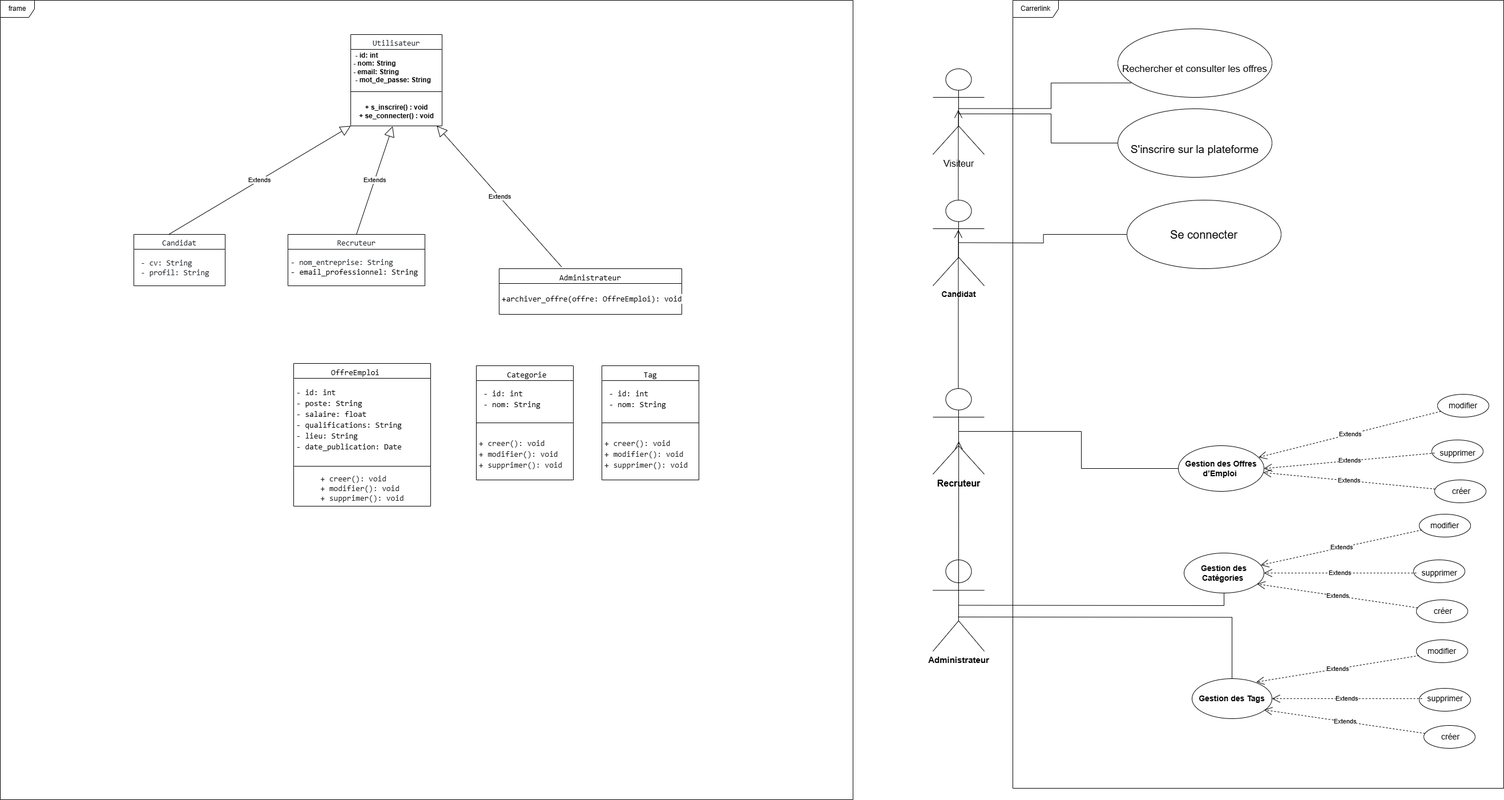
This is CareerLink.drawio.png from mohamedm999/CareerLink, a draw.io export, as it was before one commit. Source tidied: cells renumbered, new cells last; positions are measured from the earlier drawing's top-left corner, leaving out a move shared by most shapes.
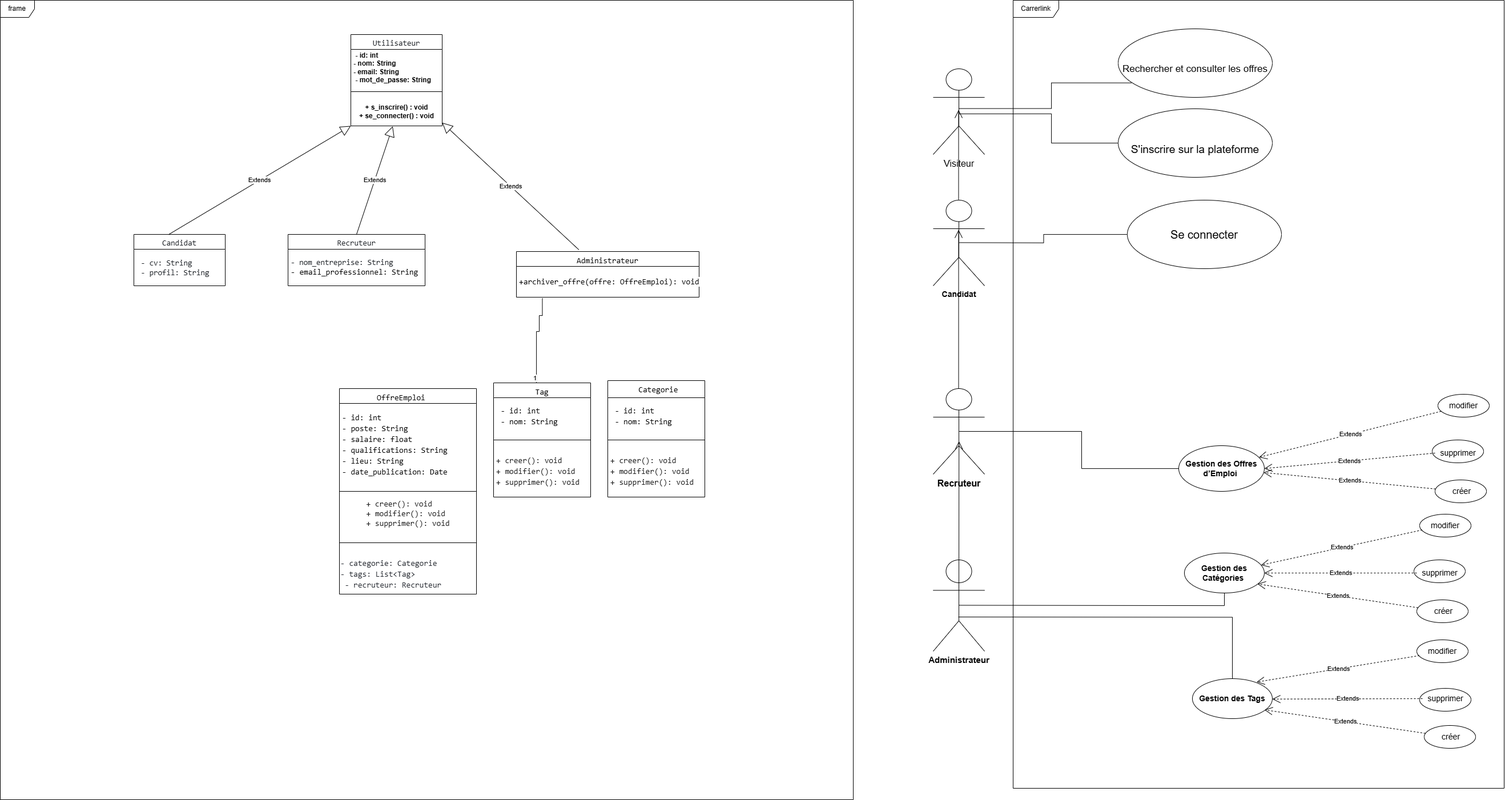
Later version of the same file.

Diff of the diagram source:
```diff
@@ -166,7 +166,7 @@
       <mxGeometry y="26" width="240" height="64" as="geometry" />
     </mxCell>
     <mxCell id="52" value="&lt;div style=&quot;text-align: start;&quot;&gt;&lt;div style=&quot;font-family: Consolas, &amp;quot;Courier New&amp;quot;, monospace; font-weight: normal; font-size: 14px; line-height: 19px; white-space: pre;&quot;&gt;&lt;font style=&quot;color: rgb(0, 0, 0); background-color: rgb(255, 255, 255);&quot;&gt;Administrateur&lt;/font&gt;&lt;/div&gt;&lt;/div&gt;" style="swimlane;fontStyle=1;align=center;verticalAlign=top;horizontal=1;startSize=26;whiteSpace=wrap;html=1;" parent="1" vertex="1">
-      <mxGeometry x="874" y="470" width="320" height="80" as="geometry" />
+      <mxGeometry x="904" y="440" width="320" height="80" as="geometry" />
     </mxCell>
     <mxCell id="53" value="&lt;div style=&quot;font-family: Consolas, &amp;quot;Courier New&amp;quot;, monospace; font-weight: normal; font-size: 14px; line-height: 19px; white-space-collapse: preserve;&quot;&gt;&lt;span style=&quot;background-color: rgb(255, 255, 255);&quot;&gt;&lt;font style=&quot;color: rgb(0, 0, 0);&quot;&gt;+archiver_offre(offre: OffreEmploi): void&lt;/font&gt;&lt;/span&gt;&lt;/div&gt;" style="text;align=left;fontStyle=1;verticalAlign=middle;spacingLeft=3;spacingRight=3;strokeColor=none;points=[[0,0.5],[1,0.5]];portConstraint=eastwest;html=1;" parent="52" vertex="1">
       <mxGeometry y="26" width="320" height="54" as="geometry" />
@@ -180,20 +180,20 @@
     <mxCell id="56" value="Extends" style="endArrow=block;endSize=16;endFill=0;html=1;rounded=0;exitX=0.342;exitY=-0.038;exitDx=0;exitDy=0;exitPerimeter=0;" parent="1" edge="1" source="52" target="44">
       <mxGeometry relative="1" as="geometry" />
     </mxCell>
-    <mxCell id="57" value="&lt;div style=&quot;text-align: start;&quot;&gt;&lt;div style=&quot;font-family: Consolas, &amp;quot;Courier New&amp;quot;, monospace; font-weight: normal; font-size: 14px; line-height: 19px; white-space: pre;&quot;&gt;&lt;div style=&quot;line-height: 19px;&quot;&gt;&lt;font style=&quot;color: rgb(0, 0, 0);&quot;&gt;&amp;nbsp;Categorie&lt;/font&gt;&lt;/div&gt;&lt;/div&gt;&lt;/div&gt;" style="swimlane;fontStyle=1;align=center;verticalAlign=top;horizontal=1;startSize=26;whiteSpace=wrap;html=1;" parent="1" vertex="1">
-      <mxGeometry x="834" y="640" width="170" height="200" as="geometry" />
+    <mxCell id="57" value="&lt;div style=&quot;text-align: start;&quot;&gt;&lt;div style=&quot;font-family: Consolas, &amp;quot;Courier New&amp;quot;, monospace; font-weight: normal; font-size: 14px; line-height: 19px; white-space: pre;&quot;&gt;&lt;div style=&quot;line-height: 19px;&quot;&gt;&lt;font style=&quot;color: rgb(0, 0, 0);&quot;&gt;&amp;nbsp;Categorie&lt;/font&gt;&lt;/div&gt;&lt;/div&gt;&lt;/div&gt;" style="swimlane;fontStyle=1;align=center;verticalAlign=top;horizontal=1;startSize=30;whiteSpace=wrap;html=1;" parent="1" vertex="1">
+      <mxGeometry x="1064" y="666" width="170" height="204" as="geometry" />
     </mxCell>
     <mxCell id="58" value="&lt;div style=&quot;font-family: Consolas, &amp;quot;Courier New&amp;quot;, monospace; font-weight: normal; font-size: 14px; line-height: 19px; white-space-collapse: preserve;&quot;&gt;&lt;div style=&quot;&quot;&gt;&lt;span style=&quot;background-color: rgb(255, 255, 255);&quot;&gt;&lt;font style=&quot;color: rgb(0, 0, 0);&quot;&gt; - id: int &lt;/font&gt;&lt;/span&gt;&lt;/div&gt;&lt;div style=&quot;&quot;&gt;&lt;span style=&quot;background-color: rgb(255, 255, 255);&quot;&gt;&lt;font style=&quot;color: rgb(0, 0, 0);&quot;&gt; - nom: String&lt;/font&gt;&lt;/span&gt;&lt;/div&gt;&lt;/div&gt;" style="text;align=left;fontStyle=1;verticalAlign=middle;spacingLeft=3;spacingRight=3;strokeColor=none;html=1;" parent="57" vertex="1">
-      <mxGeometry y="26" width="170" height="64" as="geometry" />
+      <mxGeometry y="30" width="170" height="64" as="geometry" />
     </mxCell>
     <mxCell id="59" style="line;strokeWidth=1;fillColor=none;align=left;verticalAlign=middle;spacingTop=-1;spacingLeft=3;spacingRight=3;labelPosition=right;strokeColor=inherit;" parent="57" vertex="1">
-      <mxGeometry y="90" width="170" height="20" as="geometry" />
+      <mxGeometry y="94" width="170" height="20" as="geometry" />
     </mxCell>
     <mxCell id="60" value="&lt;div style=&quot;font-family: Consolas, &amp;quot;Courier New&amp;quot;, monospace; font-weight: normal; font-size: 14px; line-height: 19px; white-space-collapse: preserve;&quot;&gt;&lt;div style=&quot;&quot;&gt;&lt;span style=&quot;background-color: rgb(255, 255, 255);&quot;&gt;&lt;font style=&quot;color: rgb(26, 26, 26);&quot;&gt;+ creer(): void &lt;/font&gt;&lt;/span&gt;&lt;/div&gt;&lt;div style=&quot;&quot;&gt;&lt;span style=&quot;background-color: rgb(255, 255, 255);&quot;&gt;&lt;font style=&quot;color: rgb(26, 26, 26);&quot;&gt;+ modifier(): void &lt;/font&gt;&lt;/span&gt;&lt;/div&gt;&lt;div style=&quot;&quot;&gt;&lt;span style=&quot;background-color: rgb(255, 255, 255);&quot;&gt;&lt;font style=&quot;color: rgb(26, 26, 26);&quot;&gt;+ supprimer(): void&lt;/font&gt;&lt;/span&gt;&lt;/div&gt;&lt;/div&gt;" style="text;align=left;fontStyle=1;verticalAlign=middle;spacingLeft=3;spacingRight=3;strokeColor=none;html=1;" parent="57" vertex="1">
-      <mxGeometry y="110" width="170" height="90" as="geometry" />
+      <mxGeometry y="114" width="170" height="90" as="geometry" />
     </mxCell>
     <mxCell id="61" value="&lt;div style=&quot;text-align: start;&quot;&gt;&lt;div style=&quot;font-family: Consolas, &amp;quot;Courier New&amp;quot;, monospace; font-weight: normal; font-size: 14px; line-height: 19px; white-space: pre;&quot;&gt;&lt;div style=&quot;line-height: 19px;&quot;&gt;&lt;div style=&quot;&quot;&gt;&lt;font style=&quot;background-color: rgb(255, 255, 255); color: rgb(0, 0, 0);&quot;&gt; OffreEmploi &amp;nbsp; &amp;nbsp;&lt;/font&gt;&lt;/div&gt;&lt;div style=&quot;background-color: light-dark(rgb(35, 39, 46), rgb(201, 204, 210)); color: rgb(171, 178, 191);&quot;&gt;&lt;/div&gt;&lt;/div&gt;&lt;/div&gt;&lt;/div&gt;" style="swimlane;fontStyle=1;align=center;verticalAlign=top;horizontal=1;startSize=26;whiteSpace=wrap;html=1;" parent="1" vertex="1">
-      <mxGeometry x="514" y="636" width="240" height="250" as="geometry" />
+      <mxGeometry x="594" y="680" width="240" height="360" as="geometry" />
     </mxCell>
     <mxCell id="62" value="&lt;div style=&quot;font-family: Consolas, &amp;quot;Courier New&amp;quot;, monospace; font-weight: normal; font-size: 14px; line-height: 19px; white-space-collapse: preserve;&quot;&gt;&lt;div style=&quot;&quot;&gt;&lt;span style=&quot;background-color: rgb(255, 255, 255);&quot;&gt;&lt;font style=&quot;color: rgb(0, 0, 0);&quot;&gt;- id: int &lt;/font&gt;&lt;/span&gt;&lt;/div&gt;&lt;div style=&quot;&quot;&gt;&lt;span style=&quot;background-color: rgb(255, 255, 255);&quot;&gt;&lt;font style=&quot;color: rgb(0, 0, 0);&quot;&gt;- poste: String &lt;/font&gt;&lt;/span&gt;&lt;/div&gt;&lt;div style=&quot;&quot;&gt;&lt;span style=&quot;background-color: rgb(255, 255, 255);&quot;&gt;&lt;font style=&quot;color: rgb(0, 0, 0);&quot;&gt;- salaire: float &lt;/font&gt;&lt;/span&gt;&lt;/div&gt;&lt;div style=&quot;&quot;&gt;&lt;span style=&quot;background-color: rgb(255, 255, 255);&quot;&gt;&lt;font style=&quot;color: rgb(0, 0, 0);&quot;&gt;- qualifications: String &lt;/font&gt;&lt;/span&gt;&lt;/div&gt;&lt;div style=&quot;&quot;&gt;&lt;span style=&quot;background-color: rgb(255, 255, 255);&quot;&gt;&lt;font style=&quot;color: rgb(0, 0, 0);&quot;&gt;- lieu: String &lt;/font&gt;&lt;/span&gt;&lt;/div&gt;&lt;div style=&quot;&quot;&gt;&lt;span style=&quot;background-color: rgb(255, 255, 255);&quot;&gt;&lt;font style=&quot;color: rgb(0, 0, 0);&quot;&gt;- date_publication: Date &lt;/font&gt;&lt;/span&gt;&lt;/div&gt;&lt;/div&gt;" style="text;align=left;fontStyle=1;verticalAlign=middle;spacingLeft=3;spacingRight=3;strokeColor=none;html=1;" parent="61" vertex="1">
       <mxGeometry y="26" width="240" height="144" as="geometry" />
@@ -204,8 +204,14 @@
     <mxCell id="64" value="&lt;div style=&quot;font-family: Consolas, &amp;quot;Courier New&amp;quot;, monospace; font-size: 14px; text-align: left; white-space-collapse: preserve;&quot;&gt;&lt;span style=&quot;background-color: rgb(255, 255, 255);&quot;&gt;&lt;font style=&quot;color: rgb(26, 26, 26);&quot;&gt;+ creer(): void &lt;/font&gt;&lt;/span&gt;&lt;/div&gt;&lt;div style=&quot;font-family: Consolas, &amp;quot;Courier New&amp;quot;, monospace; font-size: 14px; text-align: left; white-space-collapse: preserve;&quot;&gt;&lt;span style=&quot;background-color: rgb(255, 255, 255);&quot;&gt;&lt;font style=&quot;color: rgb(26, 26, 26);&quot;&gt;+ modifier(): void &lt;/font&gt;&lt;/span&gt;&lt;/div&gt;&lt;div style=&quot;font-family: Consolas, &amp;quot;Courier New&amp;quot;, monospace; font-size: 14px; text-align: left; white-space-collapse: preserve;&quot;&gt;&lt;span style=&quot;background-color: rgb(255, 255, 255);&quot;&gt;&lt;font style=&quot;color: rgb(26, 26, 26);&quot;&gt;+ supprimer(): void&lt;/font&gt;&lt;/span&gt;&lt;/div&gt;" style="text;html=1;align=center;verticalAlign=middle;strokeColor=none;fillColor=none;" parent="61" vertex="1">
       <mxGeometry y="190" width="240" height="60" as="geometry" />
     </mxCell>
+    <mxCell id="69" style="line;strokeWidth=1;fillColor=none;align=left;verticalAlign=middle;spacingTop=-1;spacingLeft=3;spacingRight=3;labelPosition=right;strokeColor=inherit;" parent="61" vertex="1">
+      <mxGeometry y="250" width="240" height="40" as="geometry" />
+    </mxCell>
+    <mxCell id="70" value="&lt;div style=&quot;font-family: Consolas, &amp;quot;Courier New&amp;quot;, monospace; font-size: 14px; line-height: 19px; white-space-collapse: preserve;&quot;&gt;&lt;font style=&quot;color: rgb(35, 39, 46); background-color: light-dark(#ffffff, var(--ge-dark-color, #121212));&quot;&gt;- categorie: Categorie&lt;/font&gt;&lt;/div&gt;&lt;div style=&quot;font-family: Consolas, &amp;quot;Courier New&amp;quot;, monospace; font-size: 14px; line-height: 19px; white-space-collapse: preserve;&quot;&gt;&lt;font style=&quot;color: rgb(35, 39, 46); background-color: light-dark(#ffffff, var(--ge-dark-color, #121212));&quot;&gt;&lt;div style=&quot;line-height: 19px;&quot;&gt;- tags: List&amp;lt;Tag&amp;gt;&lt;/div&gt;&lt;div style=&quot;line-height: 19px;&quot;&gt;&lt;div style=&quot;line-height: 19px;&quot;&gt;&amp;nbsp;- recruteur: Recruteur&lt;/div&gt;&lt;/div&gt;&lt;/font&gt;&lt;/div&gt;" style="text;html=1;align=left;verticalAlign=middle;strokeColor=none;fillColor=none;" parent="61" vertex="1">
+      <mxGeometry y="290" width="240" height="70" as="geometry" />
+    </mxCell>
     <mxCell id="65" value="&lt;div style=&quot;text-align: start;&quot;&gt;&lt;div style=&quot;font-family: Consolas, &amp;quot;Courier New&amp;quot;, monospace; font-weight: normal; font-size: 14px; line-height: 19px; white-space: pre;&quot;&gt;&lt;div style=&quot;line-height: 19px;&quot;&gt;Tag&lt;/div&gt;&lt;/div&gt;&lt;/div&gt;" style="swimlane;fontStyle=1;align=center;verticalAlign=top;horizontal=1;startSize=26;whiteSpace=wrap;html=1;" parent="1" vertex="1">
-      <mxGeometry x="1054" y="640" width="170" height="200" as="geometry" />
+      <mxGeometry x="864" y="670" width="170" height="200" as="geometry" />
     </mxCell>
     <mxCell id="66" value="&lt;div style=&quot;font-family: Consolas, &amp;quot;Courier New&amp;quot;, monospace; font-weight: normal; font-size: 14px; line-height: 19px; white-space-collapse: preserve;&quot;&gt;&lt;div style=&quot;&quot;&gt;&lt;span style=&quot;background-color: rgb(255, 255, 255);&quot;&gt;&lt;font style=&quot;color: rgb(0, 0, 0);&quot;&gt; - id: int &lt;/font&gt;&lt;/span&gt;&lt;/div&gt;&lt;div style=&quot;&quot;&gt;&lt;span style=&quot;background-color: rgb(255, 255, 255);&quot;&gt;&lt;font style=&quot;color: rgb(0, 0, 0);&quot;&gt; - nom: String&lt;/font&gt;&lt;/span&gt;&lt;/div&gt;&lt;/div&gt;" style="text;align=left;fontStyle=1;verticalAlign=middle;spacingLeft=3;spacingRight=3;strokeColor=none;html=1;" parent="65" vertex="1">
       <mxGeometry y="26" width="170" height="64" as="geometry" />
@@ -216,5 +222,18 @@
     <mxCell id="68" value="&lt;div style=&quot;font-family: Consolas, &amp;quot;Courier New&amp;quot;, monospace; font-weight: normal; font-size: 14px; line-height: 19px; white-space-collapse: preserve;&quot;&gt;&lt;div style=&quot;&quot;&gt;&lt;span style=&quot;background-color: rgb(255, 255, 255);&quot;&gt;&lt;font style=&quot;color: rgb(26, 26, 26);&quot;&gt;+ creer(): void &lt;/font&gt;&lt;/span&gt;&lt;/div&gt;&lt;div style=&quot;&quot;&gt;&lt;span style=&quot;background-color: rgb(255, 255, 255);&quot;&gt;&lt;font style=&quot;color: rgb(26, 26, 26);&quot;&gt;+ modifier(): void &lt;/font&gt;&lt;/span&gt;&lt;/div&gt;&lt;div style=&quot;&quot;&gt;&lt;span style=&quot;background-color: rgb(255, 255, 255);&quot;&gt;&lt;font style=&quot;color: rgb(26, 26, 26);&quot;&gt;+ supprimer(): void&lt;/font&gt;&lt;/span&gt;&lt;/div&gt;&lt;/div&gt;" style="text;align=left;fontStyle=1;verticalAlign=middle;spacingLeft=3;spacingRight=3;strokeColor=none;html=1;" parent="65" vertex="1">
       <mxGeometry y="110" width="170" height="90" as="geometry" />
     </mxCell>
+    <mxCell id="71" style="endArrow=none;html=1;edgeStyle=orthogonalEdgeStyle;rounded=0;exitX=0.142;exitY=1.032;exitDx=0;exitDy=0;exitPerimeter=0;" parent="1" edge="1" source="53" target="65">
+      <mxGeometry relative="1" as="geometry">
+        <Array as="points">
+          <mxPoint x="949" y="552" />
+          <mxPoint x="944" y="552" />
+          <mxPoint x="944" y="580" />
+          <mxPoint x="939" y="580" />
+        </Array>
+      </mxGeometry>
+    </mxCell>
+    <mxCell id="72" value="1" style="edgeLabel;html=1;align=right;verticalAlign=bottom;" parent="71" vertex="1">
+      <mxGeometry x="1" relative="1" as="geometry" />
+    </mxCell>
   </root>
 </mxGraphModel>
```
